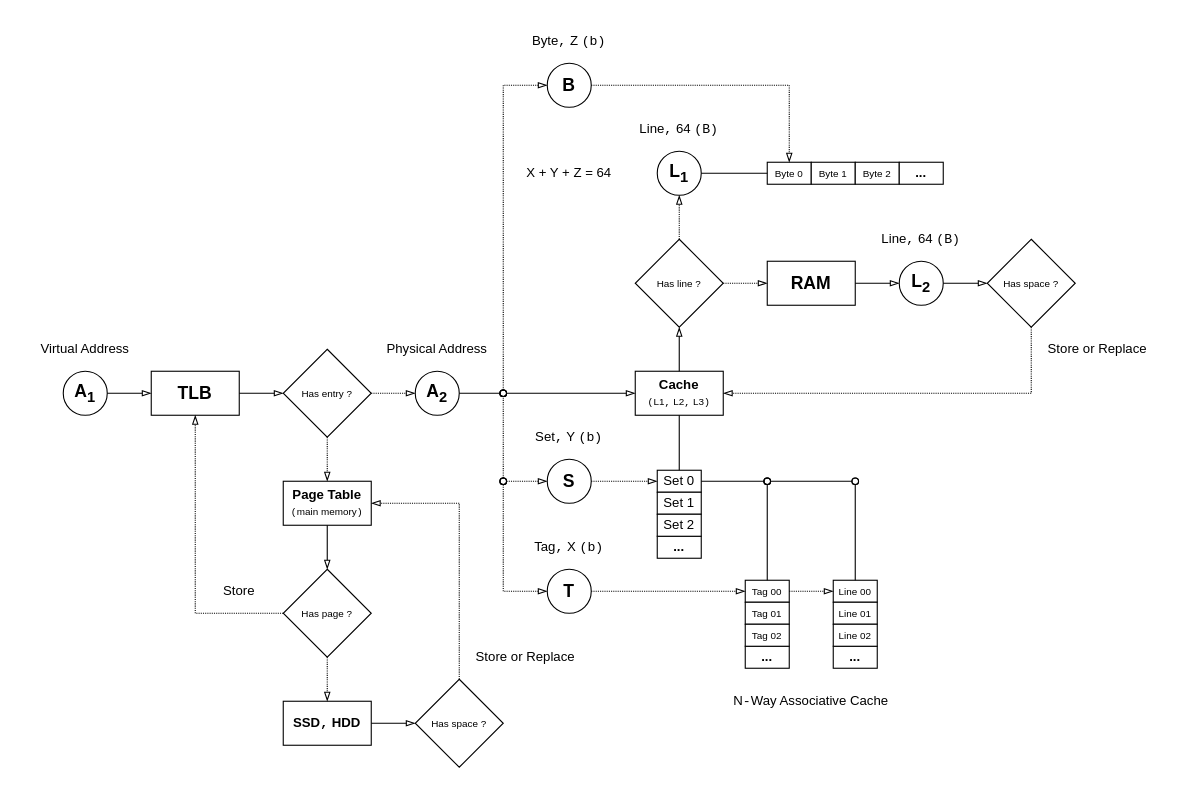
Before: projects/examples/source/14.37.drawio in topki4uk/Education-MIPT, a draw.io diagram. Source tidied: cells renumbered, new cells numbered last; positions are measured from the earlier drawing's top-left corner, leaving out a move shared by most shapes. Both pictures are drawn from the tidied source at 110%, with x=0, y=0 at pixel (19, 19).
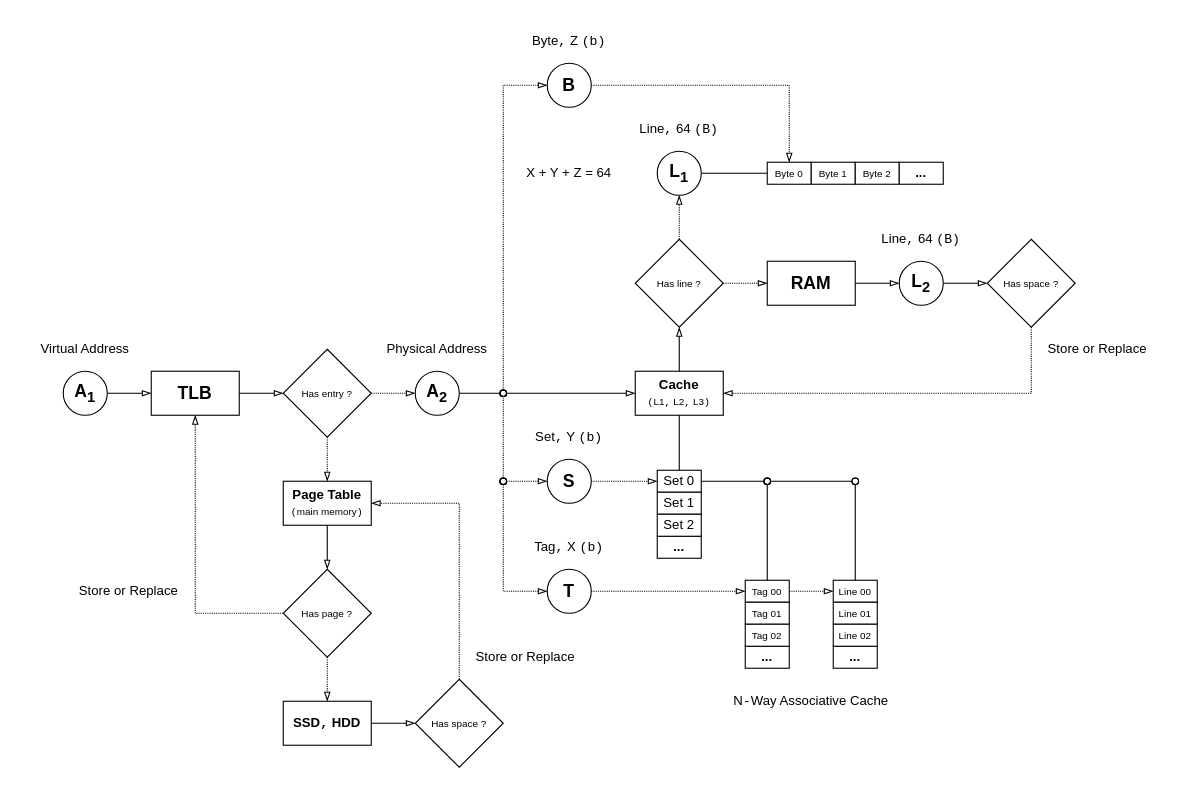
Above is the later version.

The edit, as a diff of the source:
```diff
@@
-    <mxCell id="16" value="Store" style="text;html=1;whiteSpace=wrap;strokeColor=none;fillColor=none;align=center;verticalAlign=middle;rounded=0;" parent="1" vertex="1">
-      <mxGeometry x="160" y="500" width="80" height="40" as="geometry" />
-    </mxCell>
@@
+    <mxCell id="78" value="Store or Replace&amp;nbsp; &amp;nbsp;&amp;nbsp;" style="text;html=1;whiteSpace=wrap;strokeColor=none;fillColor=none;align=right;verticalAlign=middle;rounded=0;" parent="1" vertex="1">
+      <mxGeometry x="40" y="500" width="120" height="40" as="geometry" />
+    </mxCell>
```
